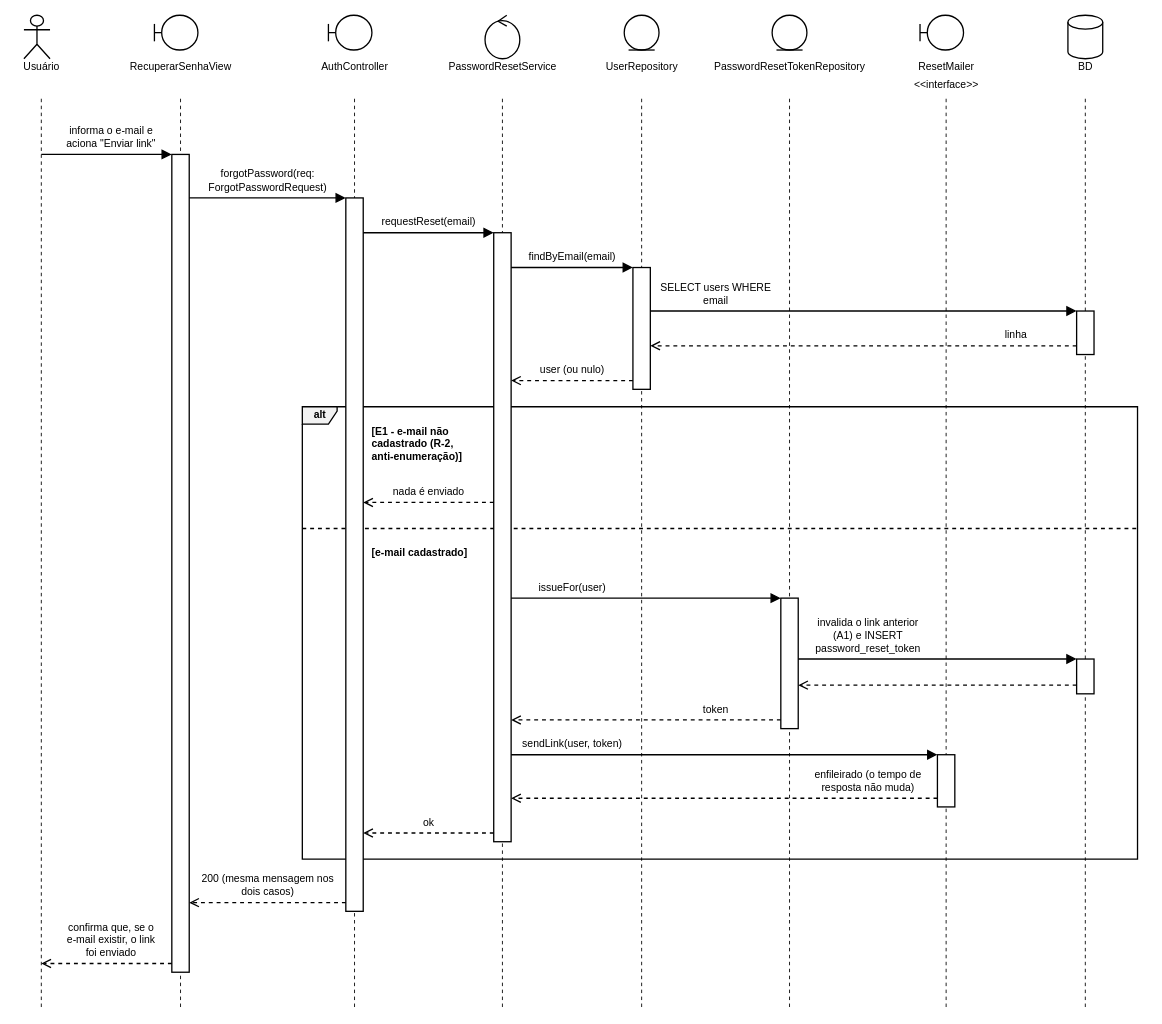
Above: especificacao/diagramas/14-sequencia-uc011-1.drawio in Plataforma-de-Cursos-TCC/plataforma-cursos-docs (draw.io), before the change. Source tidied: cells renumbered, new cells numbered last; positions are measured from the earlier drawing's top-left corner, leaving out a move shared by most shapes. Both pictures are drawn from the tidied source at 87%, with x=0, y=0 at pixel (15, 15).
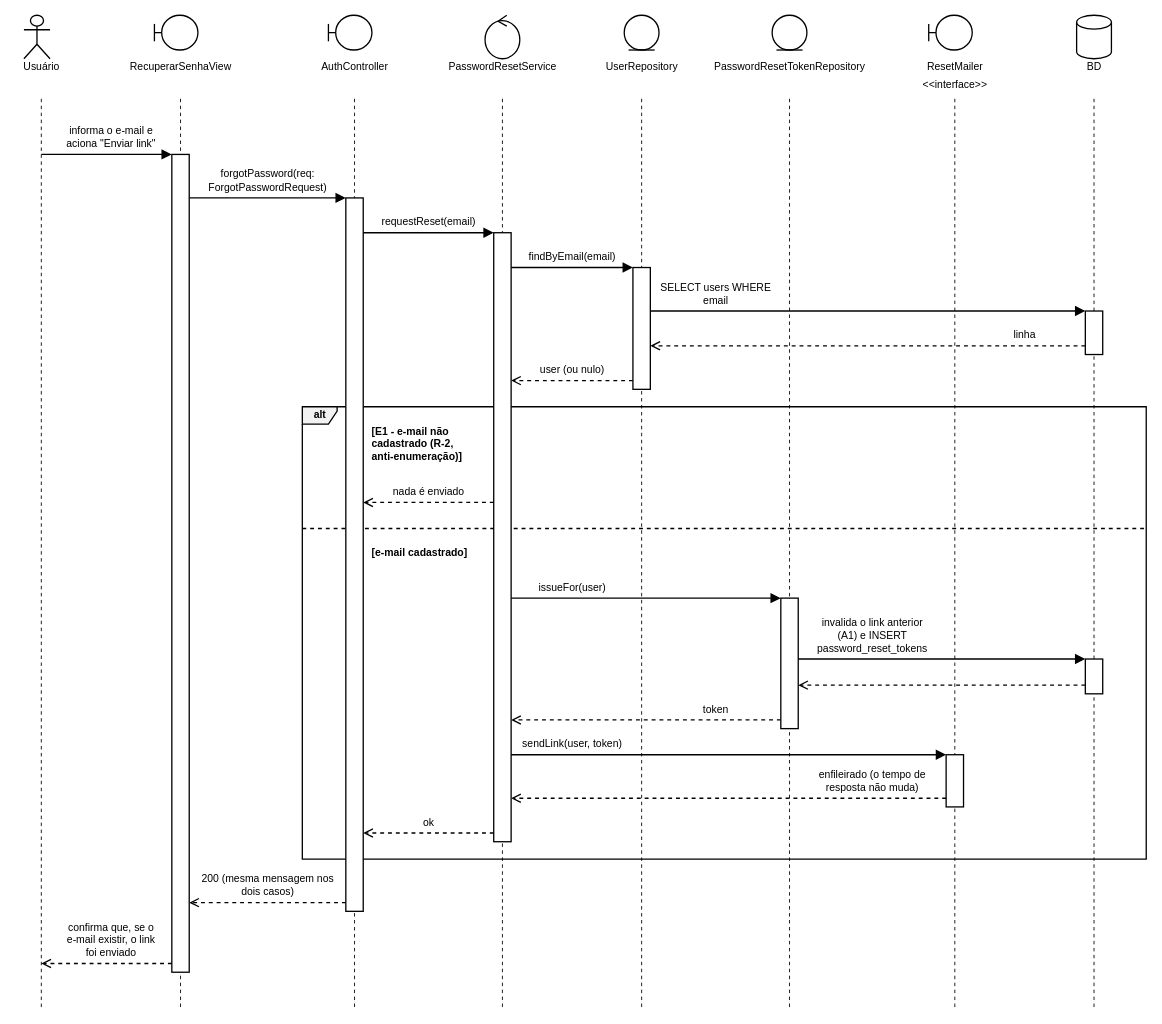
Above is the later version.

The edit, as a diff of the source:
```diff
@@
     <mxCell id="2" value="alt" style="shape=umlFrame;html=1;width=40;height=20;fillColor=#F2F2F2;swimlaneFillColor=none;fontStyle=1;strokeColor=#000000;strokeWidth=1.5;fontFamily=Helvetica;fontSize=12;fontColor=#000000;" parent="1" vertex="1">
-      <mxGeometry x="330" y="450" width="960" height="520" as="geometry" />
+      <mxGeometry x="330" y="450" width="970" height="520" as="geometry" />
     </mxCell>
     <mxCell id="3" style="html=1;rounded=0;endArrow=none;dashed=1;strokeColor=#000000;strokeWidth=1.5;" parent="1" edge="1">
       <mxGeometry relative="1" as="geometry">
         <mxPoint x="330" y="590" as="sourcePoint" />
-        <mxPoint x="1290" y="590" as="targetPoint" />
+        <mxPoint x="1300" y="590" as="targetPoint" />
       </mxGeometry>
     </mxCell>
@@
     <mxCell id="10" style="shape=umlBoundary;html=1;fillColor=#FFFFFF;strokeColor=#000000;strokeWidth=1.5;fontFamily=Helvetica;fontSize=12;fontColor=#000000;" parent="1" vertex="1">
-      <mxGeometry x="1040" width="50" height="40" as="geometry" />
+      <mxGeometry x="1050" width="50" height="40" as="geometry" />
     </mxCell>
     <mxCell id="11" style="shape=cylinder3;size=8;boundedLbl=1;html=1;fillColor=#FFFFFF;strokeColor=#000000;strokeWidth=1.5;fontFamily=Helvetica;fontSize=12;fontColor=#000000;" parent="1" vertex="1">
-      <mxGeometry x="1210" width="40" height="50" as="geometry" />
+      <mxGeometry x="1220" width="40" height="50" as="geometry" />
     </mxCell>
@@
     <mxCell id="18" style="html=1;rounded=0;endArrow=none;dashed=1;dashPattern=4 4;strokeColor=#000000;strokeWidth=1;" parent="1" edge="1">
       <mxGeometry relative="1" as="geometry">
-        <mxPoint x="1070" y="96" as="sourcePoint" />
-        <mxPoint x="1070" y="1140" as="targetPoint" />
+        <mxPoint x="1080" y="96" as="sourcePoint" />
+        <mxPoint x="1080" y="1140" as="targetPoint" />
       </mxGeometry>
     </mxCell>
     <mxCell id="19" style="html=1;rounded=0;endArrow=none;dashed=1;dashPattern=4 4;strokeColor=#000000;strokeWidth=1;" parent="1" edge="1">
       <mxGeometry relative="1" as="geometry">
-        <mxPoint x="1230" y="96" as="sourcePoint" />
-        <mxPoint x="1230" y="1140" as="targetPoint" />
+        <mxPoint x="1240" y="96" as="sourcePoint" />
+        <mxPoint x="1240" y="1140" as="targetPoint" />
       </mxGeometry>
     </mxCell>
     <mxCell id="20" style="html=1;fillColor=#FFFFFF;strokeColor=#000000;strokeWidth=1.5;" parent="1" vertex="1">
-      <mxGeometry x="1220" y="340" width="20" height="50" as="geometry" />
+      <mxGeometry x="1230" y="340" width="20" height="50" as="geometry" />
     </mxCell>
@@
     <mxCell id="22" style="html=1;fillColor=#FFFFFF;strokeColor=#000000;strokeWidth=1.5;" parent="1" vertex="1">
-      <mxGeometry x="1220" y="740" width="20" height="40" as="geometry" />
+      <mxGeometry x="1230" y="740" width="20" height="40" as="geometry" />
     </mxCell>
@@
     <mxCell id="24" style="html=1;fillColor=#FFFFFF;strokeColor=#000000;strokeWidth=1.5;" parent="1" vertex="1">
-      <mxGeometry x="1060" y="850" width="20" height="60" as="geometry" />
+      <mxGeometry x="1070" y="850" width="20" height="60" as="geometry" />
     </mxCell>
@@
     <mxCell id="32" style="html=1;rounded=0;strokeColor=#000000;strokeWidth=1.5;endArrow=block;endFill=1;endSize=8;" parent="1" edge="1">
       <mxGeometry relative="1" as="geometry">
         <mxPoint x="730" y="340" as="sourcePoint" />
-        <mxPoint x="1220" y="340" as="targetPoint" />
+        <mxPoint x="1230" y="340" as="targetPoint" />
       </mxGeometry>
     </mxCell>
     <mxCell id="33" style="html=1;rounded=0;strokeColor=#000000;strokeWidth=1.5;dashed=1;endArrow=open;endSize=8;" parent="1" edge="1">
       <mxGeometry relative="1" as="geometry">
-        <mxPoint x="1220" y="380" as="sourcePoint" />
+        <mxPoint x="1230" y="380" as="sourcePoint" />
         <mxPoint x="730" y="380" as="targetPoint" />
       </mxGeometry>
     </mxCell>
@@
     <mxCell id="37" style="html=1;rounded=0;strokeColor=#000000;strokeWidth=1.5;endArrow=block;endFill=1;endSize=8;" parent="1" edge="1">
       <mxGeometry relative="1" as="geometry">
         <mxPoint x="900" y="740" as="sourcePoint" />
-        <mxPoint x="1220" y="740" as="targetPoint" />
+        <mxPoint x="1230" y="740" as="targetPoint" />
       </mxGeometry>
     </mxCell>
     <mxCell id="38" style="html=1;rounded=0;strokeColor=#000000;strokeWidth=1.5;dashed=1;endArrow=open;endSize=8;" parent="1" edge="1">
       <mxGeometry relative="1" as="geometry">
-        <mxPoint x="1220" y="770" as="sourcePoint" />
+        <mxPoint x="1230" y="770" as="sourcePoint" />
         <mxPoint x="900" y="770" as="targetPoint" />
       </mxGeometry>
     </mxCell>
@@
     <mxCell id="40" style="html=1;rounded=0;strokeColor=#000000;strokeWidth=1.5;endArrow=block;endFill=1;endSize=8;" parent="1" edge="1">
       <mxGeometry relative="1" as="geometry">
         <mxPoint x="570" y="850" as="sourcePoint" />
-        <mxPoint x="1060" y="850" as="targetPoint" />
+        <mxPoint x="1070" y="850" as="targetPoint" />
       </mxGeometry>
     </mxCell>
     <mxCell id="41" style="html=1;rounded=0;strokeColor=#000000;strokeWidth=1.5;dashed=1;endArrow=open;endSize=8;" parent="1" edge="1">
       <mxGeometry relative="1" as="geometry">
-        <mxPoint x="1060" y="900" as="sourcePoint" />
+        <mxPoint x="1070" y="900" as="sourcePoint" />
         <mxPoint x="570" y="900" as="targetPoint" />
       </mxGeometry>
     </mxCell>
@@
     <mxCell id="51" value="ResetMailer" style="text;html=1;strokeColor=none;fillColor=none;align=center;verticalAlign=middle;spacing=0;fontFamily=Helvetica;fontSize=12;fontColor=#000000;" parent="1" vertex="1">
-      <mxGeometry x="1030" y="50" width="80" height="20" as="geometry" />
+      <mxGeometry x="1040" y="50" width="80" height="20" as="geometry" />
     </mxCell>
     <mxCell id="52" value="&amp;lt;&amp;lt;interface&amp;gt;&amp;gt;" style="text;html=1;strokeColor=none;fillColor=none;align=center;verticalAlign=middle;spacing=0;fontFamily=Helvetica;fontSize=12;fontColor=#000000;" parent="1" vertex="1">
-      <mxGeometry x="1020" y="70" width="100" height="20" as="geometry" />
+      <mxGeometry x="1030" y="70" width="100" height="20" as="geometry" />
     </mxCell>
     <mxCell id="53" value="BD" style="text;html=1;strokeColor=none;fillColor=none;align=center;verticalAlign=middle;spacing=0;fontFamily=Helvetica;fontSize=12;fontColor=#000000;" parent="1" vertex="1">
-      <mxGeometry x="1210" y="50" width="40" height="20" as="geometry" />
+      <mxGeometry x="1220" y="50" width="40" height="20" as="geometry" />
     </mxCell>
@@
     <mxCell id="59" value="linha" style="text;html=1;strokeColor=none;fillColor=none;verticalAlign=bottom;spacing=0;spacingBottom=5;align=center;fontFamily=Helvetica;fontSize=12;fontColor=#000000;" parent="1" vertex="1">
-      <mxGeometry x="1090" y="350" width="120" height="30" as="geometry" />
+      <mxGeometry x="1100" y="350" width="120" height="30" as="geometry" />
     </mxCell>
@@
-    <mxCell id="65" value="invalida o link anterior&lt;br&gt;(A1) e INSERT&lt;br&gt;password_reset_token" style="text;html=1;strokeColor=none;fillColor=none;verticalAlign=bottom;spacing=0;spacingBottom=5;align=center;fontFamily=Helvetica;fontSize=12;fontColor=#000000;" parent="1" vertex="1">
-      <mxGeometry x="910" y="680" width="140" height="60" as="geometry" />
+    <mxCell id="65" value="invalida o link anterior&lt;br&gt;(A1) e INSERT&lt;br&gt;password_reset_tokens" style="text;html=1;strokeColor=none;fillColor=none;verticalAlign=bottom;spacing=0;spacingBottom=5;align=center;fontFamily=Helvetica;fontSize=12;fontColor=#000000;" parent="1" vertex="1">
+      <mxGeometry x="910" y="680" width="150" height="60" as="geometry" />
     </mxCell>
@@
     <mxCell id="68" value="enfileirado (o tempo de&lt;br&gt;resposta não muda)" style="text;html=1;strokeColor=none;fillColor=none;verticalAlign=bottom;spacing=0;spacingBottom=5;align=center;fontFamily=Helvetica;fontSize=12;fontColor=#000000;" parent="1" vertex="1">
-      <mxGeometry x="910" y="860" width="140" height="40" as="geometry" />
+      <mxGeometry x="910" y="860" width="150" height="40" as="geometry" />
     </mxCell>
```
